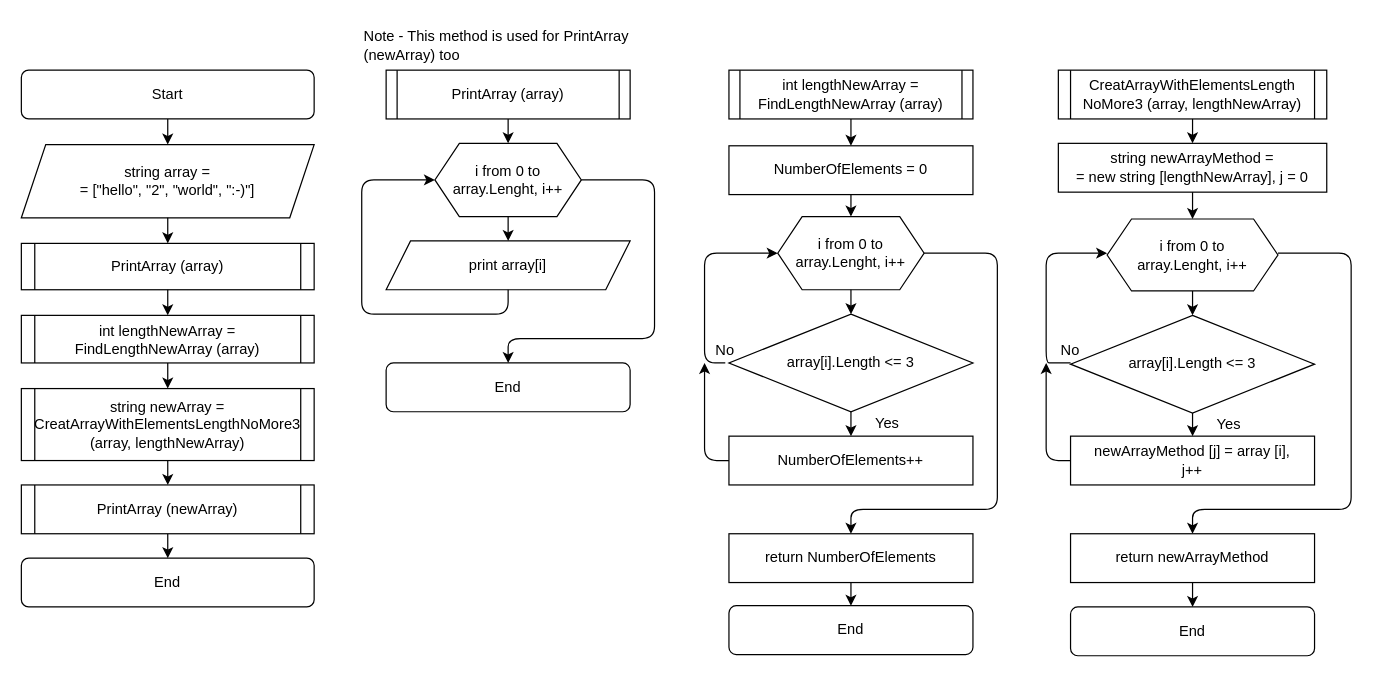
TonyKorolev/Main-Test keeps this draw.io diagram as block diagram.drawio. Above is the earlier version. Source tidied: cells renumbered, new cells numbered last; positions are measured from the earlier drawing's top-left corner, leaving out a move shared by most shapes. Both pictures are drawn from the tidied source at 122%, with x=0, y=0 at pixel (21, 21).
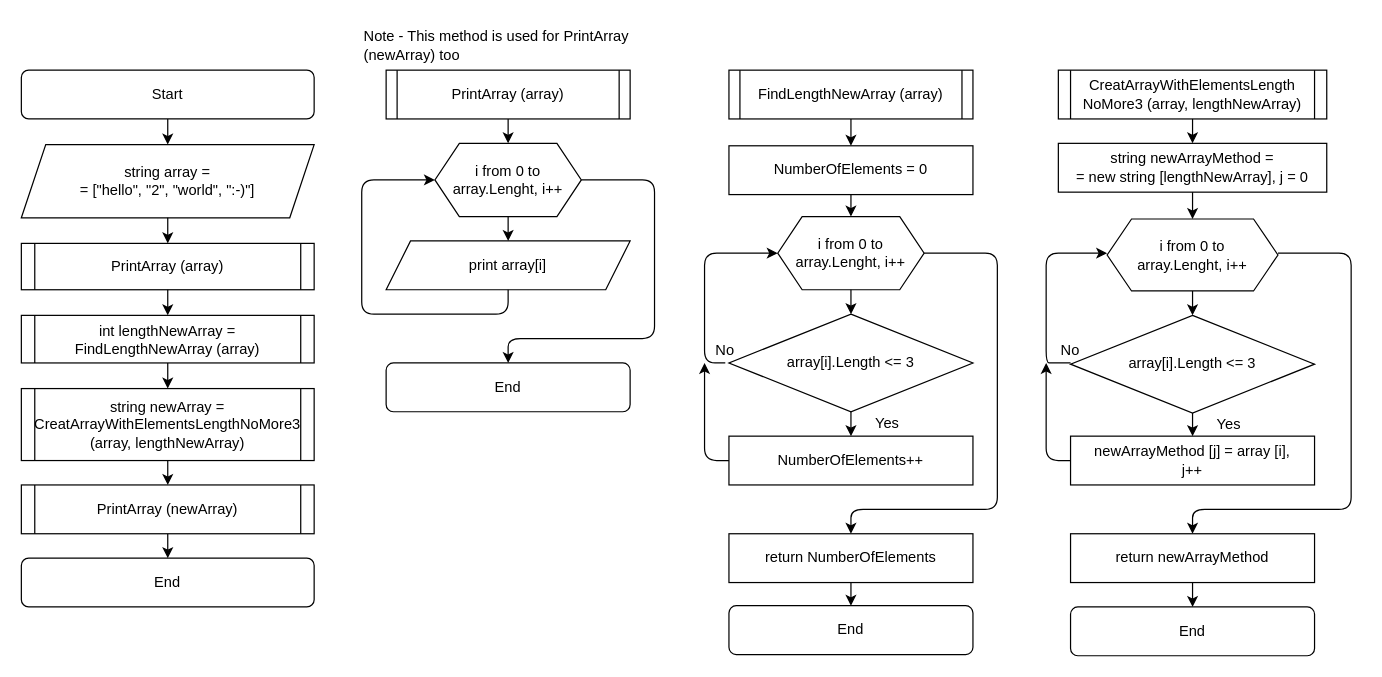
The same diagram, later.

Commit message (it also covers changes not shown here):
code: creat CreateArrayWithElementsLengthNoMore3

Change to the diagram source:
```diff
@@
-    <mxCell id="24" value="int lengthNewArray = FindLengthNewArray (array)" style="shape=process;whiteSpace=wrap;html=1;backgroundOutline=1;size=0.045454545454545456;" parent="1" vertex="1">
+    <mxCell id="24" value="FindLengthNewArray (array)" style="shape=process;whiteSpace=wrap;html=1;backgroundOutline=1;size=0.045454545454545456;" parent="1" vertex="1">
       <mxGeometry x="580" y="40" width="200" height="40" as="geometry" />
     </mxCell>
```
